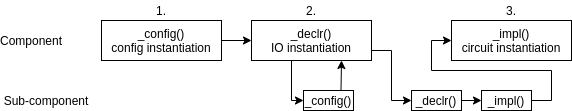
Earlier version of the draw.io export doc/_static/config_declr_impl_order.png (Nic30/hwt). Source tidied: cells renumbered, new cells last; positions are measured from the earlier drawing's top-left corner, leaving out a move shared by most shapes.
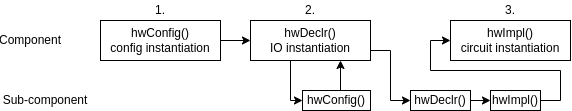
The same file after the commit.

What changed in the source:
```diff
@@ -5,7 +5,7 @@
     <mxCell id="2" style="edgeStyle=orthogonalEdgeStyle;rounded=0;jettySize=auto;html=1;exitX=1;exitY=0.5;exitDx=0;exitDy=0;entryX=0;entryY=0.5;entryDx=0;entryDy=0;" parent="1" edge="1" source="3" target="6">
       <mxGeometry relative="1" as="geometry" />
     </mxCell>
-    <mxCell id="3" value="_config()&lt;br&gt;config instantiation&lt;br&gt;" style="rounded=0;whiteSpace=wrap;html=1;" parent="1" vertex="1">
+    <mxCell id="3" value="hwConfig()&lt;br&gt;config instantiation" style="rounded=0;whiteSpace=wrap;html=1;" parent="1" vertex="1">
       <mxGeometry x="100" y="20" width="120" height="40" as="geometry" />
     </mxCell>
     <mxCell id="4" style="edgeStyle=orthogonalEdgeStyle;rounded=0;jettySize=auto;html=1;exitX=0.5;exitY=1;exitDx=0;exitDy=0;entryX=0;entryY=0.5;entryDx=0;entryDy=0;" parent="1" edge="1" source="6" target="11">
@@ -19,10 +19,10 @@
     <mxCell id="5" style="edgeStyle=orthogonalEdgeStyle;rounded=0;jettySize=auto;html=1;exitX=1;exitY=0.75;exitDx=0;exitDy=0;entryX=0;entryY=0.5;entryDx=0;entryDy=0;" parent="1" edge="1" source="6" target="13">
       <mxGeometry relative="1" as="geometry" />
     </mxCell>
-    <mxCell id="6" value="_declr()&lt;br&gt;IO instantiation&lt;br&gt;" style="rounded=0;whiteSpace=wrap;html=1;" parent="1" vertex="1">
+    <mxCell id="6" value="hwDeclr()&lt;br&gt;IO instantiation" style="rounded=0;whiteSpace=wrap;html=1;" parent="1" vertex="1">
       <mxGeometry x="250" y="20" width="120" height="40" as="geometry" />
     </mxCell>
-    <mxCell id="7" value="_impl()&lt;br&gt;circuit instantiation" style="rounded=0;whiteSpace=wrap;html=1;" parent="1" vertex="1">
+    <mxCell id="7" value="hwImpl()&lt;br&gt;circuit instantiation" style="rounded=0;whiteSpace=wrap;html=1;" parent="1" vertex="1">
       <mxGeometry x="450" y="20" width="120" height="40" as="geometry" />
     </mxCell>
     <mxCell id="8" value="Component" style="text;html=1;strokeColor=none;fillColor=none;align=center;verticalAlign=middle;whiteSpace=wrap;rounded=0;" parent="1" vertex="1">
@@ -34,20 +34,27 @@
     <mxCell id="10" style="edgeStyle=orthogonalEdgeStyle;rounded=0;jettySize=auto;html=1;exitX=0.75;exitY=0;exitDx=0;exitDy=0;entryX=0.75;entryY=1;entryDx=0;entryDy=0;" parent="1" edge="1" source="11" target="6">
       <mxGeometry relative="1" as="geometry" />
     </mxCell>
-    <mxCell id="11" value="_config()&lt;br&gt;" style="rounded=0;whiteSpace=wrap;html=1;" parent="1" vertex="1">
-      <mxGeometry x="302" y="90" width="50" height="20" as="geometry" />
+    <mxCell id="11" value="hwConfig()" style="rounded=0;whiteSpace=wrap;html=1;" parent="1" vertex="1">
+      <mxGeometry x="302" y="90" width="68" height="20" as="geometry" />
     </mxCell>
     <mxCell id="12" style="edgeStyle=orthogonalEdgeStyle;rounded=0;jettySize=auto;html=1;exitX=1;exitY=0.5;exitDx=0;exitDy=0;entryX=0;entryY=0.5;entryDx=0;entryDy=0;" parent="1" edge="1" source="13" target="15">
       <mxGeometry relative="1" as="geometry" />
     </mxCell>
-    <mxCell id="13" value="_declr()&lt;br&gt;" style="rounded=0;whiteSpace=wrap;html=1;" parent="1" vertex="1">
-      <mxGeometry x="410" y="90" width="50" height="20" as="geometry" />
+    <mxCell id="13" value="hwDeclr()" style="rounded=0;whiteSpace=wrap;html=1;" parent="1" vertex="1">
+      <mxGeometry x="410" y="90" width="60" height="20" as="geometry" />
     </mxCell>
     <mxCell id="14" style="edgeStyle=orthogonalEdgeStyle;rounded=0;jettySize=auto;html=1;exitX=1;exitY=0.5;exitDx=0;exitDy=0;entryX=0;entryY=0.5;entryDx=0;entryDy=0;" parent="1" edge="1" source="15" target="7">
-      <mxGeometry relative="1" as="geometry" />
+      <mxGeometry relative="1" as="geometry">
+        <Array as="points">
+          <mxPoint x="560" y="100" />
+          <mxPoint x="560" y="70" />
+          <mxPoint x="430" y="70" />
+          <mxPoint x="430" y="40" />
+        </Array>
+      </mxGeometry>
     </mxCell>
-    <mxCell id="15" value="_impl()" style="rounded=0;whiteSpace=wrap;html=1;" parent="1" vertex="1">
-      <mxGeometry x="480" y="90" width="50" height="20" as="geometry" />
+    <mxCell id="15" value="hwImpl()" style="rounded=0;whiteSpace=wrap;html=1;" parent="1" vertex="1">
+      <mxGeometry x="490" y="90" width="50" height="20" as="geometry" />
     </mxCell>
     <mxCell id="16" value="1." style="text;html=1;strokeColor=none;fillColor=none;align=center;verticalAlign=middle;whiteSpace=wrap;rounded=0;" parent="1" vertex="1">
       <mxGeometry x="140" width="40" height="20" as="geometry" />
```
